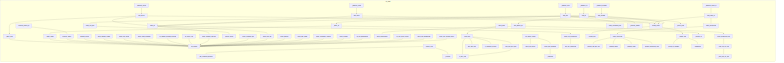
The Mermaid diagram project/calls.png in semcod/fixop, before a commit. Its source is kept beside it as project/calls.mmd.
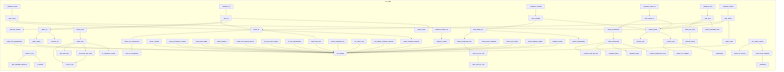
After the change.

What changed in the source:
```diff
@@ -1,112 +1,108 @@
 flowchart LR
     subgraph src_fixop
+        src__fixop__firewall__check_nat_masquerade["check_nat_masquerade"]
+        src__fixop__systemd__graceful_restart_all["graceful_restart_all"]
+        src__fixop__ports__check_port["check_port"]
+        src__fixop__tls___validate_expiry["_validate_expiry"]
+        src__fixop__cli__check_cmd__cmd_check["cmd_check"]
+        src__fixop__ports__is_container_process["is_container_process"]
+        src__fixop__cli__output___format_json["_format_json"]
+        src__fixop__classify__classify_error["classify_error"]
+        src__fixop__cli___dispatch_drift["_dispatch_drift"]
+        src__fixop__cli___dispatch_doctor["_dispatch_doctor"]
+        src__fixop__cli___dispatch_validate["_dispatch_validate"]
+        src__fixop__tls__check_certificates["check_certificates"]
+        src__fixop__cli__drift_cmd__cmd_drift["cmd_drift"]
+        src__fixop__cli__output__output_issues["output_issues"]
+        src__fixop__drift___extract_blocks["_extract_blocks"]
+        src__fixop__tls__check_acme_readiness["check_acme_readiness"]
+        src__fixop__transport__run_remote["run_remote"]
+        src__fixop__classify___get_compiled_patterns["_get_compiled_patterns"]
+        src__fixop__ports__find_free_port_near["find_free_port_near"]
+        src__fixop__dns__fix_disable_systemd_resolved["fix_disable_systemd_resolved"]
+        src__fixop__deploy__check_unresolved_vars["check_unresolved_vars"]
+        src__fixop__tls___handle_connection_error["_handle_connection_error"]
+        src__fixop__systemd__check_quadlet_loaded["check_quadlet_loaded"]
+        src__fixop__containers__check_runtime["check_runtime"]
+        src__fixop__cli__fix_cmd___apply_all["_apply_all"]
+        src__fixop__cli__fix_cmd___apply_single["_apply_single"]
+        src__fixop__cli__fix_cmd___confirm_fix["_confirm_fix"]
+        src__fixop__ssh__check_ssh_connectivity["check_ssh_connectivity"]
+        src__fixop__containers__check_disk_usage["check_disk_usage"]
+        src__fixop__cli__check_cmd__cmd_doctor["cmd_doctor"]
+        src__fixop__ports__is_port_free["is_port_free"]
+        src__fixop__dns__check_container_dns["check_container_dns"]
+        src__fixop__deploy___scan_line_for_vars["_scan_line_for_vars"]
+        src__fixop__health___unhealthy["_unhealthy"]
+        src__fixop__ports__who_uses_port["who_uses_port"]
+        src__fixop__firewall__check_ufw_forward_policy["check_ufw_forward_policy"]
+        src__fixop__health__run_health_checks["run_health_checks"]
+        src__fixop__classify___truncate["_truncate"]
+        src__fixop__deploy__scan_deploy_dir["scan_deploy_dir"]
+        src__fixop__cli__fix_cmd___report_fixes["_report_fixes"]
+        src__fixop__deploy___scan_file_for_vars["_scan_file_for_vars"]
+        src__fixop__cli__fix_cmd___discover_fixable["_discover_fixable"]
+        src__fixop__tls___validate_issuer["_validate_issuer"]
+        src__fixop__health__check_ssh_service["check_ssh_service"]
+        src__fixop__firewall__fix_ufw_allow_routed["fix_ufw_allow_routed"]
+        src__fixop__cli__validate_cmd__cmd_validate["cmd_validate"]
+        src__fixop__systemd__graceful_restart["graceful_restart"]
         src__fixop__dns__fix_resolv_conf["fix_resolv_conf"]
-        src__fixop__tls___handle_connection_error["_handle_connection_error"]
+        src__fixop__dns__check_systemd_resolved["check_systemd_resolved"]
+        src__fixop__cli__output___format_text["_format_text"]
+        src__fixop__health__check_http_endpoint["check_http_endpoint"]
+        src__fixop__firewall__fix_nat_masquerade["fix_nat_masquerade"]
+        src__fixop__systemd__daemon_reload["daemon_reload"]
+        src__fixop__containers__check_containers_running["check_containers_running"]
+        src__fixop__ports__check_ports["check_ports"]
+        src__fixop__tls___connect_and_get_cert["_connect_and_get_cert"]
+        src__fixop__cli__validate_cmd__cmd_check_tls["cmd_check_tls"]
+        src__fixop__deploy__check_placeholders["check_placeholders"]
+        src__fixop__cli__check_cmd___apply_fixes["_apply_fixes"]
         src__fixop__cli___dispatch_fix["_dispatch_fix"]
+        src__fixop__drift__check_untracked_files["check_untracked_files"]
+        src__fixop__containers__check_memory["check_memory"]
+        src__fixop__drift__check_file_drift["check_file_drift"]
+        src__fixop__dns__check_host_dns["check_host_dns"]
+        src__fixop__check_all["check_all"]
+        src__fixop__cli__output___group_by_category["_group_by_category"]
+        src__fixop__tls__check_certificate["check_certificate"]
+        src__fixop__systemd__check_unit_status["check_unit_status"]
+        src__fixop__cli___dispatch_check["_dispatch_check"]
+        src__fixop__cli___dispatch_check_tls["_dispatch_check_tls"]
         src__fixop__cli__output___summarize["_summarize"]
-        src__fixop__health__check_ssh_service["check_ssh_service"]
-        src__fixop__deploy___scan_file_for_vars["_scan_file_for_vars"]
-        src__fixop__cli__validate_cmd__cmd_check_tls["cmd_check_tls"]
-        src__fixop__deploy__check_unresolved_vars["check_unresolved_vars"]
-        src__fixop__cli__drift_cmd__cmd_drift["cmd_drift"]
-        src__fixop__cli__check_cmd___apply_fixes["_apply_fixes"]
-        src__fixop__ssh__check_ssh_connectivity["check_ssh_connectivity"]
-        src__fixop__cli___dispatch_check_tls["_dispatch_check_tls"]
-        src__fixop__deploy__scan_deploy_dir["scan_deploy_dir"]
-        src__fixop__deploy__check_placeholders["check_placeholders"]
-        src__fixop__cli__output___format_json["_format_json"]
-        src__fixop__dns__check_systemd_resolved["check_systemd_resolved"]
-        src__fixop__dns__check_container_dns["check_container_dns"]
-        src__fixop__firewall__check_ufw_forward_policy["check_ufw_forward_policy"]
-        src__fixop__tls__check_acme_readiness["check_acme_readiness"]
-        src__fixop__drift__check_file_drift["check_file_drift"]
-        src__fixop__cli___dispatch_drift["_dispatch_drift"]
-        src__fixop__tls___validate_issuer["_validate_issuer"]
-        src__fixop__containers__check_disk_usage["check_disk_usage"]
-        src__fixop__ports__find_free_port_near["find_free_port_near"]
-        src__fixop__tls___validate_expiry["_validate_expiry"]
-        src__fixop__cli__output___format_text["_format_text"]
-        src__fixop__transport__run_remote["run_remote"]
-        src__fixop__firewall__fix_nat_masquerade["fix_nat_masquerade"]
-        src__fixop__cli___dispatch_check["_dispatch_check"]
-        src__fixop__cli___dispatch_validate["_dispatch_validate"]
-        src__fixop__cli__validate_cmd__cmd_validate["cmd_validate"]
-        src__fixop__systemd__graceful_restart_all["graceful_restart_all"]
-        src__fixop__cli__fix_cmd___apply_all["_apply_all"]
-        src__fixop__health__check_http_endpoint["check_http_endpoint"]
-        src__fixop__cli__output___group_by_category["_group_by_category"]
-        src__fixop__cli__fix_cmd___apply_single["_apply_single"]
-        src__fixop__cli__fix_cmd___report_fixes["_report_fixes"]
-        src__fixop__cli__check_cmd__cmd_check["cmd_check"]
+        src__fixop__cli__fix_cmd__cmd_fix["cmd_fix"]
         src__fixop__transport__test_ssh_connection["test_ssh_connection"]
-        src__fixop__cli___dispatch_doctor["_dispatch_doctor"]
-        src__fixop__cli__fix_cmd__cmd_fix["cmd_fix"]
-        src__fixop__drift__check_untracked_files["check_untracked_files"]
-        src__fixop__dns__fix_disable_systemd_resolved["fix_disable_systemd_resolved"]
-        src__fixop__systemd__graceful_restart["graceful_restart"]
-        src__fixop__health___unhealthy["_unhealthy"]
-        src__fixop__classify___truncate["_truncate"]
-        src__fixop__tls__check_certificates["check_certificates"]
-        src__fixop__cli__output__output_issues["output_issues"]
-        src__fixop__systemd__check_unit_status["check_unit_status"]
-        src__fixop__cli__fix_cmd___discover_fixable["_discover_fixable"]
-        src__fixop__tls__check_certificate["check_certificate"]
-        src__fixop__containers__check_memory["check_memory"]
-        src__fixop__ports__check_port["check_port"]
-        src__fixop__systemd__check_quadlet_loaded["check_quadlet_loaded"]
-        src__fixop__health__run_health_checks["run_health_checks"]
-        src__fixop__firewall__fix_ufw_allow_routed["fix_ufw_allow_routed"]
-        src__fixop__ports__who_uses_port["who_uses_port"]
-        src__fixop__cli__fix_cmd___confirm_fix["_confirm_fix"]
-        src__fixop__cli__check_cmd__cmd_doctor["cmd_doctor"]
-        src__fixop__deploy___scan_line_for_vars["_scan_line_for_vars"]
-        src__fixop__classify__classify_error["classify_error"]
-        src__fixop__ports__is_port_free["is_port_free"]
-        src__fixop__drift___extract_blocks["_extract_blocks"]
-        src__fixop__ports__is_container_process["is_container_process"]
-        src__fixop__check_all["check_all"]
-        src__fixop__tls___connect_and_get_cert["_connect_and_get_cert"]
-        src__fixop__containers__check_runtime["check_runtime"]
-        src__fixop__firewall__check_nat_masquerade["check_nat_masquerade"]
-        src__fixop__dns__check_host_dns["check_host_dns"]
-        src__fixop__systemd__daemon_reload["daemon_reload"]
-        src__fixop__classify___get_compiled_patterns["_get_compiled_patterns"]
-        src__fixop__ports__check_ports["check_ports"]
-        src__fixop__containers__check_containers_running["check_containers_running"]
     end
+    src__fixop__drift__check_file_drift --> src__fixop__drift___extract_blocks
+    src__fixop__classify__classify_error --> src__fixop__classify___get_compiled_patterns
+    src__fixop__classify__classify_error --> src__fixop__classify___truncate
+    src__fixop__check_all --> src__fixop__ssh__check_ssh_connectivity
+    src__fixop__check_all --> src__fixop__dns__check_host_dns
+    src__fixop__check_all --> src__fixop__dns__check_systemd_resolved
+    src__fixop__containers__check_runtime --> src__fixop__transport__run_remote
+    src__fixop__containers__check_containers_running --> src__fixop__transport__run_remote
+    src__fixop__containers__check_disk_usage --> src__fixop__transport__run_remote
+    src__fixop__containers__check_memory --> src__fixop__transport__run_remote
     src__fixop__firewall__check_ufw_forward_policy --> src__fixop__transport__run_remote
     src__fixop__firewall__check_nat_masquerade --> src__fixop__transport__run_remote
     src__fixop__firewall__fix_ufw_allow_routed --> src__fixop__transport__run_remote
     src__fixop__firewall__fix_nat_masquerade --> src__fixop__transport__run_remote
-    src__fixop__classify__classify_error --> src__fixop__classify___get_compiled_patterns
-    src__fixop__classify__classify_error --> src__fixop__classify___truncate
     src__fixop__ports__find_free_port_near --> src__fixop__ports__is_port_free
     src__fixop__ports__check_port --> src__fixop__ports__is_port_free
     src__fixop__ports__check_port --> src__fixop__ports__who_uses_port
     src__fixop__ports__check_port --> src__fixop__ports__find_free_port_near
     src__fixop__ports__check_port --> src__fixop__ports__is_container_process
     src__fixop__ports__check_ports --> src__fixop__ports__check_port
-    src__fixop__containers__check_runtime --> src__fixop__transport__run_remote
-    src__fixop__containers__check_containers_running --> src__fixop__transport__run_remote
-    src__fixop__containers__check_disk_usage --> src__fixop__transport__run_remote
-    src__fixop__containers__check_memory --> src__fixop__transport__run_remote
-    src__fixop__drift__check_file_drift --> src__fixop__drift___extract_blocks
     src__fixop__dns__check_host_dns --> src__fixop__transport__run_remote
     src__fixop__dns__check_container_dns --> src__fixop__transport__run_remote
     src__fixop__dns__check_systemd_resolved --> src__fixop__transport__run_remote
     src__fixop__dns__fix_resolv_conf --> src__fixop__transport__run_remote
     src__fixop__dns__fix_disable_systemd_resolved --> src__fixop__transport__run_remote
-    src__fixop__check_all --> src__fixop__ssh__check_ssh_connectivity
-    src__fixop__check_all --> src__fixop__dns__check_host_dns
-    src__fixop__check_all --> src__fixop__dns__check_systemd_resolved
-    src__fixop__health__check_http_endpoint --> src__fixop__health___unhealthy
-    src__fixop__health__run_health_checks --> src__fixop__health__check_ssh_service
-    src__fixop__health__run_health_checks --> src__fixop__health__check_http_endpoint
     src__fixop__deploy___scan_file_for_vars --> src__fixop__deploy___scan_line_for_vars
     src__fixop__deploy__check_unresolved_vars --> src__fixop__deploy___scan_file_for_vars
     src__fixop__deploy__scan_deploy_dir --> src__fixop__deploy__check_unresolved_vars
     src__fixop__deploy__scan_deploy_dir --> src__fixop__deploy__check_placeholders
-    src__fixop__ssh__check_ssh_connectivity --> src__fixop__transport__test_ssh_connection
     src__fixop__tls__check_certificate --> src__fixop__tls___connect_and_get_cert
     src__fixop__tls__check_certificate --> src__fixop__tls___validate_expiry
     src__fixop__tls__check_certificate --> src__fixop__tls___validate_issuer
@@ -118,13 +114,17 @@
     src__fixop__systemd__daemon_reload --> src__fixop__transport__run_remote
     src__fixop__systemd__graceful_restart --> src__fixop__transport__run_remote
     src__fixop__systemd__graceful_restart_all --> src__fixop__systemd__graceful_restart
+    src__fixop__ssh__check_ssh_connectivity --> src__fixop__transport__test_ssh_connection
     src__fixop__cli__output__output_issues --> src__fixop__cli__output___format_json
     src__fixop__cli__output__output_issues --> src__fixop__cli__output___format_text
     src__fixop__cli__output___format_text --> src__fixop__cli__output___group_by_category
     src__fixop__cli__output___format_text --> src__fixop__cli__output___summarize
-    src__fixop__cli__drift_cmd__cmd_drift --> src__fixop__drift__check_file_drift
-    src__fixop__cli__drift_cmd__cmd_drift --> src__fixop__cli__output__output_issues
-    src__fixop__cli__drift_cmd__cmd_drift --> src__fixop__drift__check_untracked_files
+    src__fixop__cli___dispatch_check --> src__fixop__cli__check_cmd__cmd_check
+    src__fixop__cli___dispatch_fix --> src__fixop__cli__fix_cmd__cmd_fix
+    src__fixop__cli___dispatch_validate --> src__fixop__cli__validate_cmd__cmd_validate
+    src__fixop__cli___dispatch_check_tls --> src__fixop__cli__validate_cmd__cmd_check_tls
+    src__fixop__cli___dispatch_drift --> src__fixop__cli__drift_cmd__cmd_drift
+    src__fixop__cli___dispatch_doctor --> src__fixop__cli__check_cmd__cmd_doctor
     src__fixop__cli__fix_cmd__cmd_fix --> src__fixop__check_all
     src__fixop__cli__fix_cmd__cmd_fix --> src__fixop__cli__fix_cmd___discover_fixable
     src__fixop__cli__fix_cmd__cmd_fix --> src__fixop__cli__fix_cmd___apply_all
@@ -132,12 +132,9 @@
     src__fixop__cli__fix_cmd___apply_single --> src__fixop__transport__run_remote
     src__fixop__cli__fix_cmd___apply_all --> src__fixop__cli__fix_cmd___apply_single
     src__fixop__cli__fix_cmd___apply_all --> src__fixop__cli__fix_cmd___confirm_fix
-    src__fixop__cli___dispatch_check --> src__fixop__cli__check_cmd__cmd_check
-    src__fixop__cli___dispatch_fix --> src__fixop__cli__fix_cmd__cmd_fix
-    src__fixop__cli___dispatch_validate --> src__fixop__cli__validate_cmd__cmd_validate
-    src__fixop__cli___dispatch_check_tls --> src__fixop__cli__validate_cmd__cmd_check_tls
-    src__fixop__cli___dispatch_drift --> src__fixop__cli__drift_cmd__cmd_drift
-    src__fixop__cli___dispatch_doctor --> src__fixop__cli__check_cmd__cmd_doctor
+    src__fixop__cli__drift_cmd__cmd_drift --> src__fixop__drift__check_file_drift
+    src__fixop__cli__drift_cmd__cmd_drift --> src__fixop__cli__output__output_issues
+    src__fixop__cli__drift_cmd__cmd_drift --> src__fixop__drift__check_untracked_files
     src__fixop__cli__validate_cmd__cmd_validate --> src__fixop__deploy__scan_deploy_dir
     src__fixop__cli__validate_cmd__cmd_validate --> src__fixop__cli__output__output_issues
     src__fixop__cli__validate_cmd__cmd_check_tls --> src__fixop__tls__check_certificates
@@ -148,3 +145,6 @@
     src__fixop__cli__check_cmd__cmd_doctor --> src__fixop__cli__output__output_issues
     src__fixop__cli__check_cmd__cmd_doctor --> src__fixop__cli__check_cmd___apply_fixes
     src__fixop__cli__check_cmd___apply_fixes --> src__fixop__transport__run_remote
+    src__fixop__health__check_http_endpoint --> src__fixop__health___unhealthy
+    src__fixop__health__run_health_checks --> src__fixop__health__check_ssh_service
+    src__fixop__health__run_health_checks --> src__fixop__health__check_http_endpoint
```
